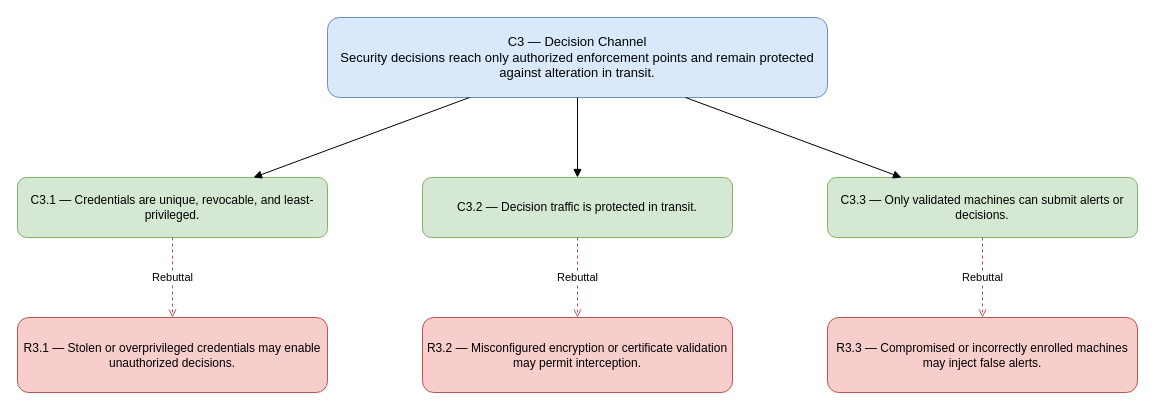
HapticLazier2/CSCI-8420-Group-2 keeps this draw.io diagram as page "C3 Decision Channel" (3 of 5) of resources/static/assurane-claims/top-level-claims-subclaims-rebuttals-v1.drawio. Above is the earlier version. Source tidied: cells renumbered, new cells numbered last; positions are measured from the earlier drawing's top-left corner, leaving out a move shared by most shapes. Both pictures are drawn from the tidied source at 100%, with x=0, y=0 at pixel (17, 17).
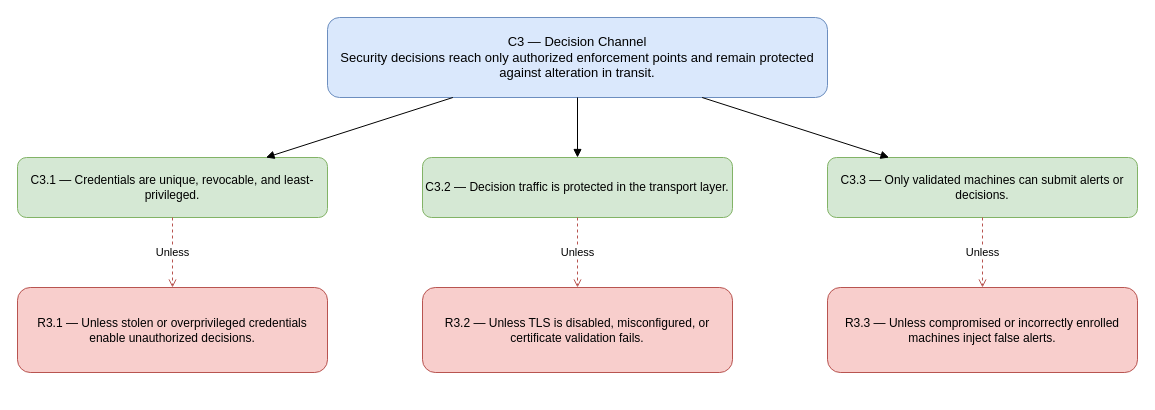
After the change.

Commit message (it also covers changes not shown here):
Modified the rebuttals to ensure the 'Unless' word exists

The edit, as a diff of the source:
```diff
@@
 <mxGraphModel>
   <root>
     <mxCell id="0" />
     <mxCell id="1" parent="0" />
     <mxCell id="2" value="C3 — Decision Channel&#10;Security decisions reach only authorized enforcement points and remain protected against alteration in transit." style="rounded=1;whiteSpace=wrap;html=1;fillColor=#dae8fc;strokeColor=#6c8ebf;fontSize=13;" parent="1" vertex="1">
       <mxGeometry x="310" width="500" height="80" as="geometry" />
     </mxCell>
     <mxCell id="3" value="C3.1 — Credentials are unique, revocable, and least-privileged." style="rounded=1;whiteSpace=wrap;html=1;fillColor=#d5e8d4;strokeColor=#82b366;" parent="1" vertex="1">
-      <mxGeometry y="160" width="310" height="60" as="geometry" />
+      <mxGeometry y="140" width="310" height="60" as="geometry" />
     </mxCell>
-    <mxCell id="4" value="C3.2 — Decision traffic is protected in transit." style="rounded=1;whiteSpace=wrap;html=1;fillColor=#d5e8d4;strokeColor=#82b366;" parent="1" vertex="1">
-      <mxGeometry x="405" y="160" width="310" height="60" as="geometry" />
+    <mxCell id="4" value="C3.2 — Decision traffic is protected in the transport layer." style="rounded=1;whiteSpace=wrap;html=1;fillColor=#d5e8d4;strokeColor=#82b366;" parent="1" vertex="1">
+      <mxGeometry x="405" y="140" width="310" height="60" as="geometry" />
     </mxCell>
     <mxCell id="5" value="C3.3 — Only validated machines can submit alerts or decisions." style="rounded=1;whiteSpace=wrap;html=1;fillColor=#d5e8d4;strokeColor=#82b366;" parent="1" vertex="1">
-      <mxGeometry x="810" y="160" width="310" height="60" as="geometry" />
+      <mxGeometry x="810" y="140" width="310" height="60" as="geometry" />
     </mxCell>
-    <mxCell id="6" value="R3.1 — Stolen or overprivileged credentials may enable unauthorized decisions." style="rounded=1;whiteSpace=wrap;html=1;fillColor=#f8cecc;strokeColor=#b85450;" parent="1" vertex="1">
-      <mxGeometry y="300" width="310" height="75" as="geometry" />
+    <mxCell id="6" value="R3.1 — Unless stolen or overprivileged credentials enable unauthorized decisions." style="rounded=1;whiteSpace=wrap;html=1;fillColor=#f8cecc;strokeColor=#b85450;" parent="1" vertex="1">
+      <mxGeometry y="270" width="310" height="85" as="geometry" />
     </mxCell>
-    <mxCell id="7" value="R3.2 — Misconfigured encryption or certificate validation may permit interception." style="rounded=1;whiteSpace=wrap;html=1;fillColor=#f8cecc;strokeColor=#b85450;" parent="1" vertex="1">
-      <mxGeometry x="405" y="300" width="310" height="75" as="geometry" />
+    <mxCell id="7" value="R3.2 — Unless TLS is disabled, misconfigured, or certificate validation fails." style="rounded=1;whiteSpace=wrap;html=1;fillColor=#f8cecc;strokeColor=#b85450;" parent="1" vertex="1">
+      <mxGeometry x="405" y="270" width="310" height="85" as="geometry" />
     </mxCell>
-    <mxCell id="8" value="R3.3 — Compromised or incorrectly enrolled machines may inject false alerts." style="rounded=1;whiteSpace=wrap;html=1;fillColor=#f8cecc;strokeColor=#b85450;" parent="1" vertex="1">
-      <mxGeometry x="810" y="300" width="310" height="75" as="geometry" />
+    <mxCell id="8" value="R3.3 — Unless compromised or incorrectly enrolled machines inject false alerts." style="rounded=1;whiteSpace=wrap;html=1;fillColor=#f8cecc;strokeColor=#b85450;" parent="1" vertex="1">
+      <mxGeometry x="810" y="270" width="310" height="85" as="geometry" />
     </mxCell>
     <mxCell id="9" style="endArrow=block;html=1;" parent="1" edge="1" source="2" target="3">
       <mxGeometry relative="1" as="geometry" />
     </mxCell>
     <mxCell id="10" style="endArrow=block;html=1;" parent="1" edge="1" source="2" target="4">
       <mxGeometry relative="1" as="geometry" />
     </mxCell>
     <mxCell id="11" style="endArrow=block;html=1;" parent="1" edge="1" source="2" target="5">
       <mxGeometry relative="1" as="geometry" />
     </mxCell>
-    <mxCell id="12" value="Rebuttal" style="endArrow=open;dashed=1;strokeColor=#b85450;html=1;" parent="1" edge="1" source="3" target="6">
+    <mxCell id="12" value="Unless" style="dashed=1;endArrow=open;strokeColor=#b85450;html=1;" parent="1" edge="1" source="3" target="6">
       <mxGeometry relative="1" as="geometry" />
     </mxCell>
-    <mxCell id="13" value="Rebuttal" style="endArrow=open;dashed=1;strokeColor=#b85450;html=1;" parent="1" edge="1" source="4" target="7">
+    <mxCell id="13" value="Unless" style="dashed=1;endArrow=open;strokeColor=#b85450;html=1;" parent="1" edge="1" source="4" target="7">
       <mxGeometry relative="1" as="geometry" />
     </mxCell>
-    <mxCell id="14" value="Rebuttal" style="endArrow=open;dashed=1;strokeColor=#b85450;html=1;" parent="1" edge="1" source="5" target="8">
+    <mxCell id="14" value="Unless" style="dashed=1;endArrow=open;strokeColor=#b85450;html=1;" parent="1" edge="1" source="5" target="8">
       <mxGeometry relative="1" as="geometry" />
     </mxCell>
   </root>
 </mxGraphModel>
```
